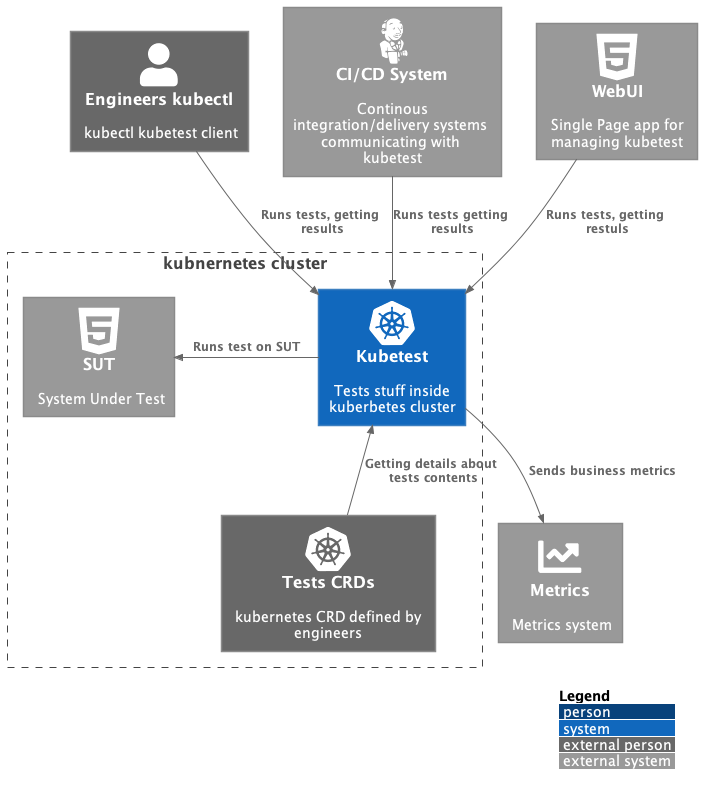
kubeshop/testkube keeps this PlantUML diagram as docs/system_context.png. Above is the earlier version.
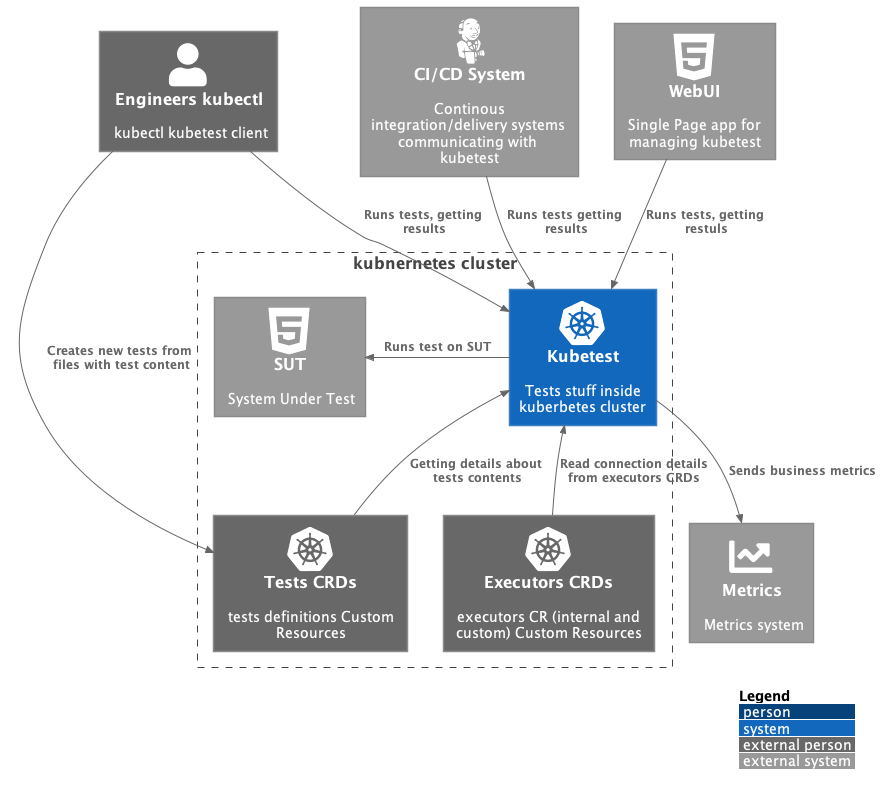
The same file after the commit.

Diff of the diagram source:
```diff
@@ -21,9 +21,15 @@
 
 Boundary(kubernetes, "kubnernetes cluster") {
 	System(kubetest, "Kubetest", "Tests stuff inside kuberbetes cluster", "kubernetes")
-	Person_Ext(crds, "Tests CRDs", "kubernetes CRD defined by engineers", "kubernetes")
+
+	Person_Ext(testCrds, "Tests CRDs", "tests definitions Custom Resources", "kubernetes")
+	Person_Ext(executorCrds, "Executors CRDs", "executors CR (internal and custom) Custom Resources", "kubernetes")
 	System_Ext(sut, "SUT", "System Under Test", "html5")
-	Rel_U(crds, kubetest, "Getting details about tests contents")
+
+	Rel_U(testCrds, kubetest, "Getting details about tests contents")
+	Rel_D(kubectl, testCrds, "Creates new tests from files with test content")
+
+	Rel_U(executorCrds, kubetest, "Read connection details from executors CRDs")
 }
 
 
```
